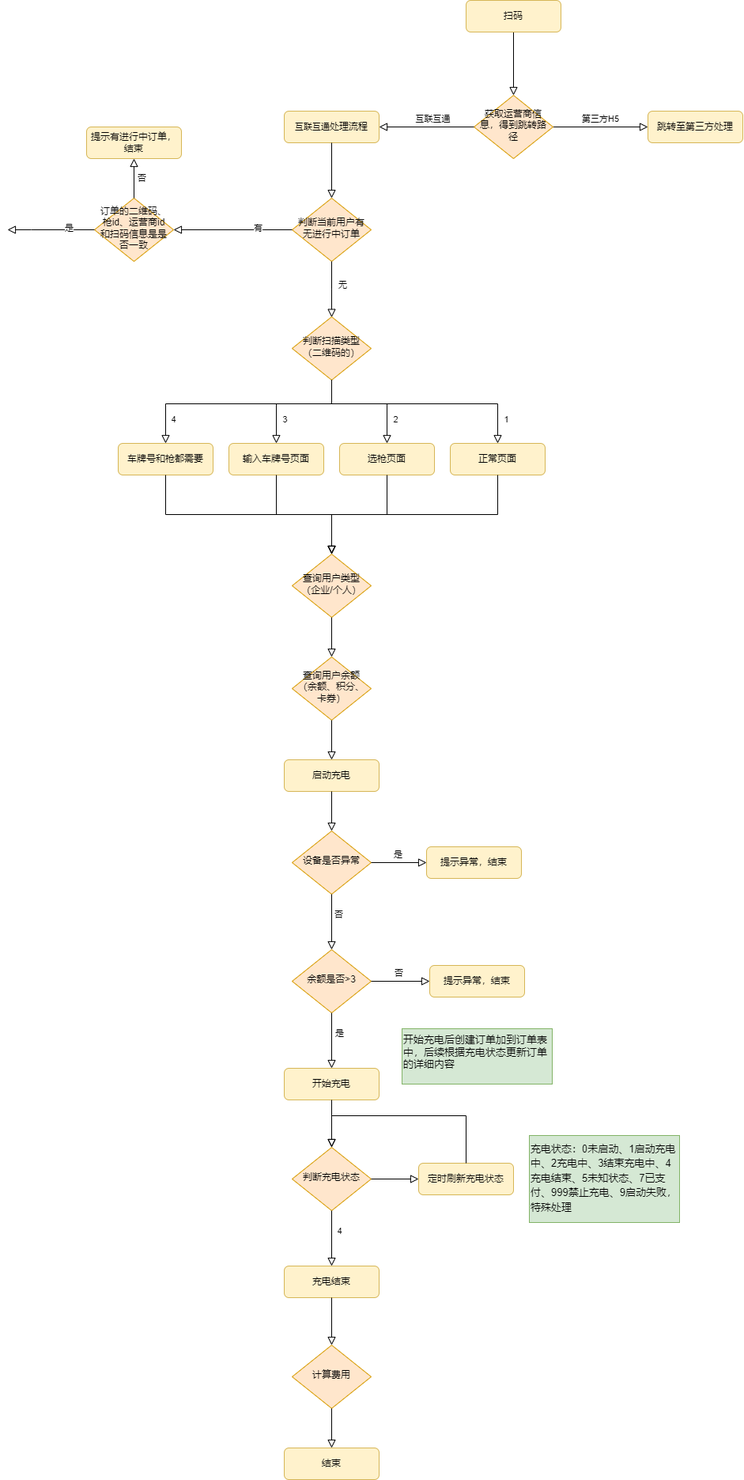
Before: png/扫码充电流程.png, a diagram exported from draw.io (ren9901/tourism-j2ee-wx). Source tidied: cells renumbered, new cells last; positions are measured from the earlier drawing's top-left corner, leaving out a move shared by most shapes.
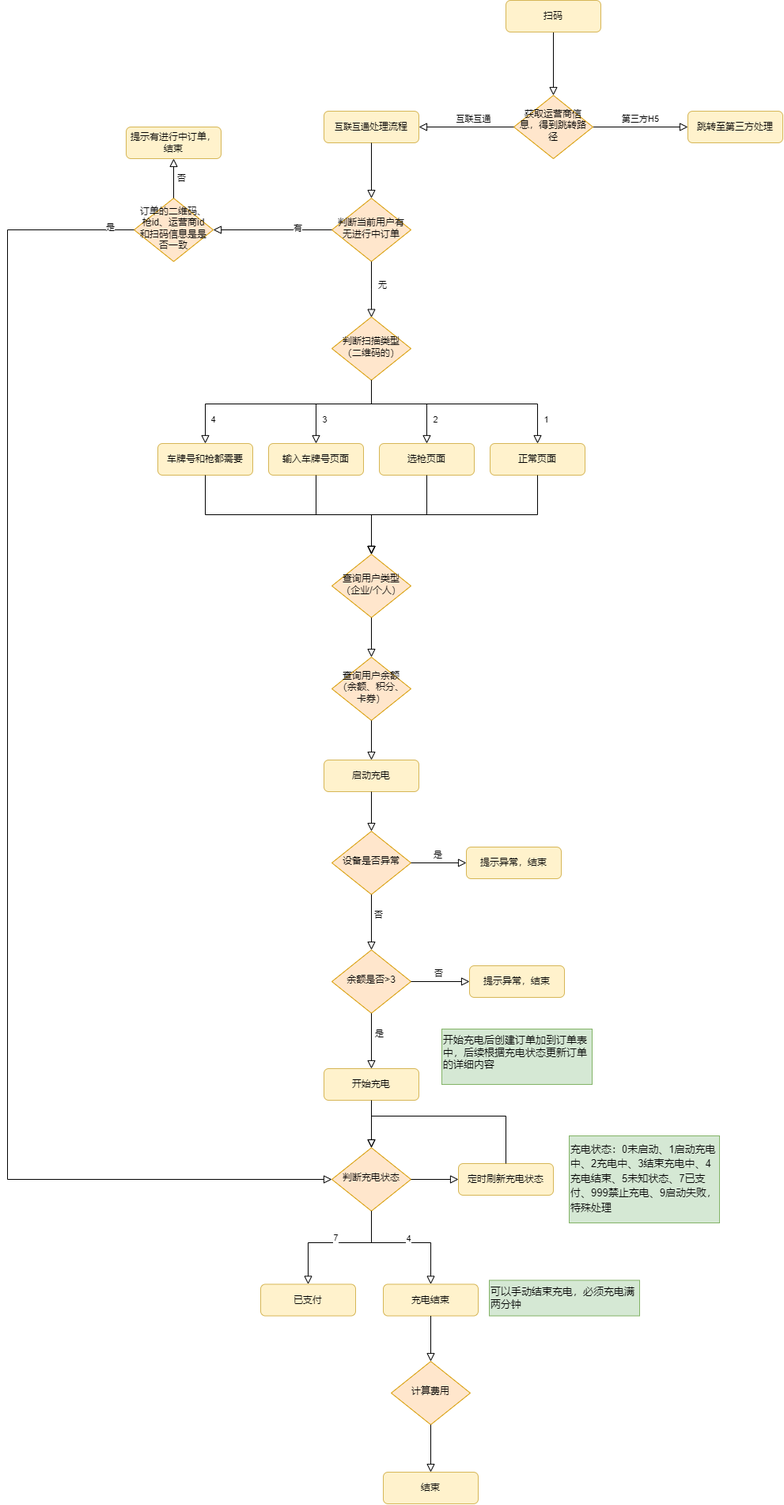
The same file after the commit.

Commit message:
更新扫码充电流程.png

What changed in the source:
```diff
@@ -47,18 +47,17 @@
     <mxCell id="14" value="订单的二维码、枪id、运营商id和扫码信息是是否一致" style="rhombus;whiteSpace=wrap;html=1;shadow=0;fontFamily=Helvetica;fontSize=12;align=center;strokeWidth=1;spacing=6;spacingTop=-4;fillColor=#ffe6cc;strokeColor=#d79b00;" parent="1" vertex="1">
       <mxGeometry x="110" y="250" width="100" height="80" as="geometry" />
     </mxCell>
-    <mxCell id="15" style="rounded=0;html=1;jettySize=auto;fontSize=11;endArrow=block;endFill=0;endSize=8;strokeWidth=1;shadow=0;labelBackgroundColor=none;edgeStyle=orthogonalEdgeStyle;exitX=0;exitY=0.5;exitDx=0;exitDy=0;" parent="1" edge="1" source="14">
+    <mxCell id="15" style="rounded=0;html=1;jettySize=auto;fontSize=11;endArrow=block;endFill=0;endSize=8;strokeWidth=1;shadow=0;labelBackgroundColor=none;edgeStyle=orthogonalEdgeStyle;exitX=0;exitY=0.5;exitDx=0;exitDy=0;entryX=0;entryY=0.5;entryDx=0;entryDy=0;" parent="1" edge="1" source="14" target="58">
       <mxGeometry relative="1" as="geometry">
-        <mxPoint y="290" as="targetPoint" />
         <Array as="points">
-          <mxPoint x="30" y="290" />
-          <mxPoint x="30" y="290" />
+          <mxPoint x="-50" y="290" />
+          <mxPoint x="-50" y="1490" />
         </Array>
       </mxGeometry>
     </mxCell>
     <mxCell id="16" value="是" style="edgeLabel;html=1;align=center;verticalAlign=middle;" parent="15" vertex="1">
       <mxGeometry x="-0.23" y="4" relative="1" as="geometry">
-        <mxPoint x="10" y="-6" as="offset" />
+        <mxPoint x="126" y="-522" as="offset" />
       </mxGeometry>
     </mxCell>
     <mxCell id="17" style="rounded=0;html=1;jettySize=auto;fontSize=11;endArrow=block;endFill=0;endSize=8;strokeWidth=1;shadow=0;labelBackgroundColor=none;edgeStyle=orthogonalEdgeStyle;exitX=0.5;exitY=0;exitDx=0;exitDy=0;entryX=0.5;entryY=1;entryDx=0;entryDy=0;" parent="1" edge="1" source="14" target="19">
@@ -243,30 +242,54 @@
       </mxGeometry>
     </mxCell>
     <mxCell id="63" style="edgeStyle=orthogonalEdgeStyle;rounded=0;html=1;jettySize=auto;fontSize=11;endArrow=block;endFill=0;endSize=8;strokeWidth=1;shadow=0;labelBackgroundColor=none;exitX=0.5;exitY=1;exitDx=0;exitDy=0;entryX=0.5;entryY=0;entryDx=0;entryDy=0;" parent="1" edge="1" source="58" target="65">
-      <mxGeometry x="-0.14" y="-10" relative="1" as="geometry" />
+      <mxGeometry x="-0.14" y="-10" relative="1" as="geometry">
+        <Array as="points">
+          <mxPoint x="410" y="1570" />
+          <mxPoint x="485" y="1570" />
+        </Array>
+      </mxGeometry>
     </mxCell>
     <mxCell id="64" value="4" style="edgeLabel;html=1;align=center;verticalAlign=middle;" parent="63" vertex="1">
       <mxGeometry x="-0.04" y="2" relative="1" as="geometry">
-        <mxPoint x="8" y="-8" as="offset" />
+        <mxPoint x="6" y="-3" as="offset" />
       </mxGeometry>
     </mxCell>
     <mxCell id="65" value="充电结束" style="rounded=1;whiteSpace=wrap;html=1;fontSize=12;glass=0;strokeWidth=1;shadow=0;fillColor=#fff2cc;strokeColor=#d6b656;" parent="1" vertex="1">
-      <mxGeometry x="350" y="1600" width="120" height="40" as="geometry" />
+      <mxGeometry x="425" y="1622.5" width="120" height="40" as="geometry" />
     </mxCell>
     <mxCell id="66" value="&lt;h1 style=&quot;margin-top: 0px; line-height: 60%;&quot;&gt;&lt;span style=&quot;font-size: 13px; font-weight: normal;&quot;&gt;充电状态：&lt;/span&gt;&lt;span style=&quot;font-size: 13px; font-weight: 400;&quot;&gt;0未启动、1启动充电中、2充电中、3结束充电中、4充电结束、5未知状态、7已支付、999禁止充电、9启动失败，特殊处理&lt;/span&gt;&lt;/h1&gt;" style="text;html=1;whiteSpace=wrap;overflow=hidden;rounded=0;fillColor=#d5e8d4;strokeColor=#82b366;" parent="1" vertex="1">
       <mxGeometry x="660" y="1435" width="190" height="110" as="geometry" />
     </mxCell>
     <mxCell id="67" value="计算费用" style="rhombus;whiteSpace=wrap;html=1;shadow=0;fontFamily=Helvetica;fontSize=12;align=center;strokeWidth=1;spacing=6;spacingTop=-4;fillColor=#ffe6cc;strokeColor=#d79b00;" parent="1" vertex="1">
-      <mxGeometry x="360" y="1700" width="100" height="80" as="geometry" />
+      <mxGeometry x="435" y="1720" width="100" height="80" as="geometry" />
     </mxCell>
     <mxCell id="68" style="edgeStyle=orthogonalEdgeStyle;rounded=0;html=1;jettySize=auto;fontSize=11;endArrow=block;endFill=0;endSize=8;strokeWidth=1;shadow=0;labelBackgroundColor=none;exitX=0.5;exitY=1;exitDx=0;exitDy=0;entryX=0.5;entryY=0;entryDx=0;entryDy=0;" parent="1" edge="1" source="65" target="67">
       <mxGeometry x="-0.14" y="-10" relative="1" as="geometry" />
     </mxCell>
     <mxCell id="69" value="结束" style="rounded=1;whiteSpace=wrap;html=1;fontSize=12;glass=0;strokeWidth=1;shadow=0;fillColor=#fff2cc;strokeColor=#d6b656;" parent="1" vertex="1">
-      <mxGeometry x="350" y="1830" width="120" height="40" as="geometry" />
+      <mxGeometry x="425" y="1860" width="120" height="40" as="geometry" />
     </mxCell>
     <mxCell id="70" style="edgeStyle=orthogonalEdgeStyle;rounded=0;html=1;jettySize=auto;fontSize=11;endArrow=block;endFill=0;endSize=8;strokeWidth=1;shadow=0;labelBackgroundColor=none;exitX=0.5;exitY=1;exitDx=0;exitDy=0;entryX=0.5;entryY=0;entryDx=0;entryDy=0;" parent="1" edge="1" source="67" target="69">
       <mxGeometry x="-0.14" y="-10" relative="1" as="geometry" />
     </mxCell>
+    <mxCell id="71" value="&lt;h1 style=&quot;margin-top: 0px; font-size: 13px;&quot;&gt;&lt;span style=&quot;font-weight: normal;&quot;&gt;可以手动结束充电，必须充电满两分钟&lt;/span&gt;&lt;/h1&gt;" style="text;html=1;whiteSpace=wrap;overflow=hidden;rounded=0;fillColor=#d5e8d4;strokeColor=#82b366;" parent="1" vertex="1">
+      <mxGeometry x="559" y="1617.5" width="190" height="45" as="geometry" />
+    </mxCell>
+    <mxCell id="72" style="edgeStyle=orthogonalEdgeStyle;rounded=0;html=1;jettySize=auto;fontSize=11;endArrow=block;endFill=0;endSize=8;strokeWidth=1;shadow=0;labelBackgroundColor=none;exitX=0.5;exitY=1;exitDx=0;exitDy=0;" parent="1" edge="1" source="58" target="74">
+      <mxGeometry x="-0.14" y="-10" relative="1" as="geometry">
+        <Array as="points">
+          <mxPoint x="410" y="1570" />
+          <mxPoint x="330" y="1570" />
+        </Array>
+      </mxGeometry>
+    </mxCell>
+    <mxCell id="73" value="7" style="edgeLabel;html=1;align=center;verticalAlign=middle;" parent="72" vertex="1">
+      <mxGeometry x="-0.04" y="2" relative="1" as="geometry">
+        <mxPoint x="-3" y="-8" as="offset" />
+      </mxGeometry>
+    </mxCell>
+    <mxCell id="74" value="已支付" style="rounded=1;whiteSpace=wrap;html=1;fontSize=12;glass=0;strokeWidth=1;shadow=0;fillColor=#fff2cc;strokeColor=#d6b656;" parent="1" vertex="1">
+      <mxGeometry x="270" y="1622.5" width="120" height="40" as="geometry" />
+    </mxCell>
   </root>
 </mxGraphModel>
```
